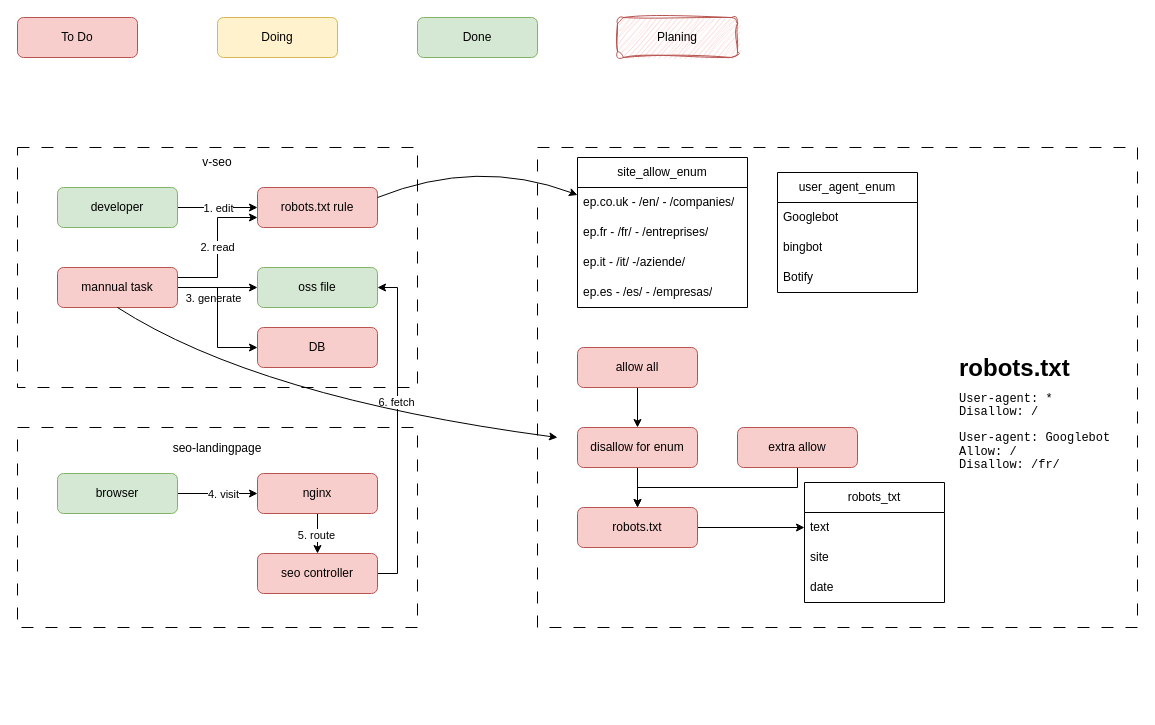
Above: drawio/robotstxt.drawio in VisableHarry/seo-drawio (draw.io), before the change. Source tidied: cells renumbered, new cells numbered last; positions are measured from the earlier drawing's top-left corner, leaving out a move shared by most shapes. Both pictures are drawn from the tidied source at 100%, with x=0, y=0 at pixel (17, 17).
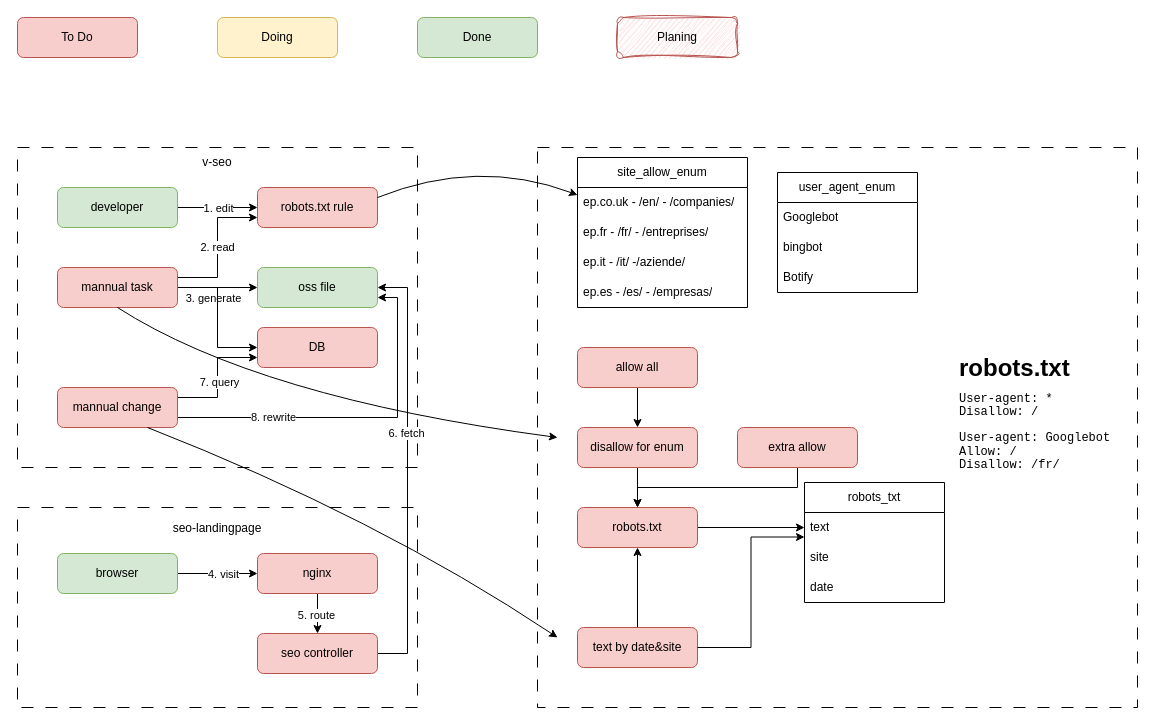
After the change.

The change refers to these unchanged cells:
```xml
<mxCell id="12" value="oss file" style="rounded=1;whiteSpace=wrap;html=1;fillColor=#d5e8d4;strokeColor=#82b366;" parent="1" vertex="1">
  <mxGeometry x="240" y="250" width="120" height="40" as="geometry" />
</mxCell>
<mxCell id="41" value="robots.txt" style="rounded=1;whiteSpace=wrap;html=1;fillColor=#f8cecc;strokeColor=#b85450;" parent="1" vertex="1">
  <mxGeometry x="560" y="490" width="120" height="40" as="geometry" />
</mxCell>
<mxCell id="52" value="text" style="text;strokeColor=none;fillColor=none;align=left;verticalAlign=middle;spacingLeft=4;spacingRight=4;overflow=hidden;points=[[0,0.5],[1,0.5]];portConstraint=eastwest;whiteSpace=wrap;html=1;" parent="51" vertex="1">
  <mxGeometry y="30" width="140" height="30" as="geometry" />
</mxCell>
<mxCell id="55" value="DB" style="rounded=1;whiteSpace=wrap;html=1;fillColor=#f8cecc;strokeColor=#b85450;" parent="1" vertex="1">
  <mxGeometry x="240" y="310" width="120" height="40" as="geometry" />
</mxCell>
```

Change to the diagram source:
```diff
@@
     <mxCell id="2" style="rounded=0;whiteSpace=wrap;html=1;fillColor=none;dashed=1;dashPattern=12 12;" parent="1" vertex="1">
-      <mxGeometry x="520" y="130" width="600" height="480" as="geometry" />
+      <mxGeometry x="520" y="130" width="600" height="560" as="geometry" />
     </mxCell>
     <mxCell id="3" style="rounded=0;whiteSpace=wrap;html=1;fillColor=none;dashed=1;dashPattern=12 12;" parent="1" vertex="1">
-      <mxGeometry y="410" width="400" height="200" as="geometry" />
+      <mxGeometry y="490" width="400" height="200" as="geometry" />
     </mxCell>
     <mxCell id="4" style="rounded=0;whiteSpace=wrap;html=1;fillColor=none;dashed=1;dashPattern=12 12;" parent="1" vertex="1">
-      <mxGeometry y="130" width="400" height="240" as="geometry" />
+      <mxGeometry y="130" width="400" height="320" as="geometry" />
     </mxCell>
@@
     <mxCell id="18" value="browser" style="rounded=1;whiteSpace=wrap;html=1;fillColor=#d5e8d4;strokeColor=#82b366;" parent="1" vertex="1">
-      <mxGeometry x="40" y="456" width="120" height="40" as="geometry" />
+      <mxGeometry x="40" y="536" width="120" height="40" as="geometry" />
     </mxCell>
@@
     <mxCell id="21" value="nginx" style="rounded=1;whiteSpace=wrap;html=1;fillColor=#f8cecc;strokeColor=#b85450;" parent="1" vertex="1">
-      <mxGeometry x="240" y="456" width="120" height="40" as="geometry" />
+      <mxGeometry x="240" y="536" width="120" height="40" as="geometry" />
     </mxCell>
     <mxCell id="22" style="edgeStyle=orthogonalEdgeStyle;rounded=0;jettySize=auto;html=1;exitX=1;exitY=0.5;exitDx=0;exitDy=0;entryX=1;entryY=0.5;entryDx=0;entryDy=0;" parent="1" edge="1" source="24" target="12">
-      <mxGeometry relative="1" as="geometry" />
+      <mxGeometry relative="1" as="geometry">
+        <Array as="points">
+          <mxPoint x="390" y="636" />
+          <mxPoint x="390" y="270" />
+        </Array>
+      </mxGeometry>
     </mxCell>
@@
     <mxCell id="24" value="seo controller" style="rounded=1;whiteSpace=wrap;html=1;fillColor=#f8cecc;strokeColor=#b85450;" parent="1" vertex="1">
-      <mxGeometry x="240" y="536" width="120" height="40" as="geometry" />
+      <mxGeometry x="240" y="616" width="120" height="40" as="geometry" />
     </mxCell>
@@
     <mxCell id="26" value="seo-landingpage" style="text;html=1;align=center;verticalAlign=middle;whiteSpace=wrap;rounded=0;" parent="1" vertex="1">
-      <mxGeometry x="150" y="416" width="100" height="30" as="geometry" />
+      <mxGeometry x="150" y="496" width="100" height="30" as="geometry" />
     </mxCell>
@@
+    <mxCell id="56" style="edgeStyle=orthogonalEdgeStyle;rounded=0;jettySize=auto;html=1;exitX=1;exitY=0.25;exitDx=0;exitDy=0;entryX=0;entryY=0.75;entryDx=0;entryDy=0;" parent="1" edge="1" source="60" target="55">
+      <mxGeometry relative="1" as="geometry" />
+    </mxCell>
+    <mxCell id="57" value="7. query" style="edgeLabel;html=1;align=center;verticalAlign=middle;" parent="56" vertex="1">
+      <mxGeometry x="-0.06" y="-1" relative="1" as="geometry" />
+    </mxCell>
+    <mxCell id="58" style="edgeStyle=orthogonalEdgeStyle;rounded=0;jettySize=auto;html=1;exitX=1;exitY=0.75;exitDx=0;exitDy=0;entryX=1;entryY=0.75;entryDx=0;entryDy=0;" parent="1" edge="1" source="60" target="12">
+      <mxGeometry relative="1" as="geometry" />
+    </mxCell>
+    <mxCell id="59" value="8. rewrite" style="edgeLabel;html=1;align=center;verticalAlign=middle;" parent="58" vertex="1">
+      <mxGeometry x="-0.47" y="1" relative="1" as="geometry" />
+    </mxCell>
+    <mxCell id="60" value="mannual change" style="rounded=1;whiteSpace=wrap;html=1;fillColor=#f8cecc;strokeColor=#b85450;" parent="1" vertex="1">
+      <mxGeometry x="40" y="370" width="120" height="40" as="geometry" />
+    </mxCell>
+    <mxCell id="61" style="edgeStyle=orthogonalEdgeStyle;rounded=0;jettySize=auto;html=1;exitX=0.5;exitY=0;exitDx=0;exitDy=0;entryX=0.5;entryY=1;entryDx=0;entryDy=0;" parent="1" edge="1" source="62" target="41">
+      <mxGeometry relative="1" as="geometry" />
+    </mxCell>
+    <mxCell id="62" value="text by date&amp;amp;site" style="rounded=1;whiteSpace=wrap;html=1;fillColor=#f8cecc;strokeColor=#b85450;" parent="1" vertex="1">
+      <mxGeometry x="560" y="610" width="120" height="40" as="geometry" />
+    </mxCell>
+    <mxCell id="63" style="edgeStyle=orthogonalEdgeStyle;rounded=0;jettySize=auto;html=1;exitX=1;exitY=0.5;exitDx=0;exitDy=0;entryX=0;entryY=0.817;entryDx=0;entryDy=0;entryPerimeter=0;" parent="1" edge="1" source="62" target="52">
+      <mxGeometry relative="1" as="geometry" />
+    </mxCell>
+    <mxCell id="64" style="curved=1;endArrow=classic;html=1;rounded=0;exitX=0.75;exitY=1;exitDx=0;exitDy=0;" parent="1" edge="1" source="60">
+      <mxGeometry relative="1" as="geometry">
+        <mxPoint x="540" y="620" as="targetPoint" />
+        <Array as="points">
+          <mxPoint x="360" y="500" />
+        </Array>
+      </mxGeometry>
+    </mxCell>
```
